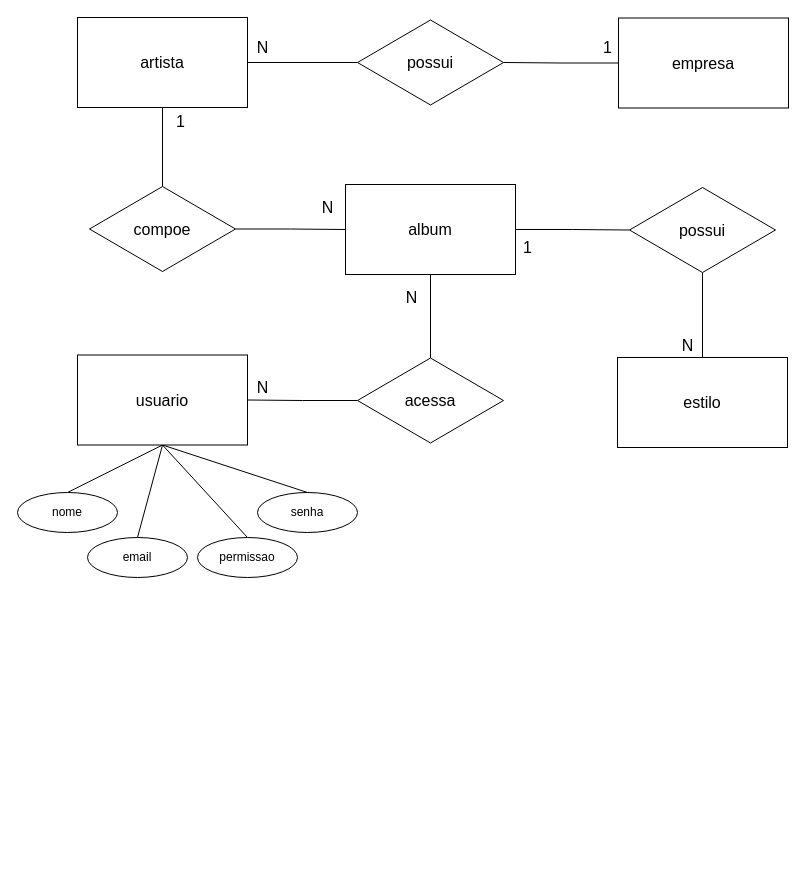
This is page "conceitual" (1 of 2) of exercicios/1.4/exercicio-optus.drawio from Lucas-Araujo15/senai_sprint1_bd, a draw.io file, before an edit. Source tidied: cells renumbered, new cells numbered last; positions are measured from the earlier drawing's top-left corner, leaving out a move shared by most shapes. Both pictures are drawn from the tidied source at 100%, with x=0, y=0 at pixel (17, 17).
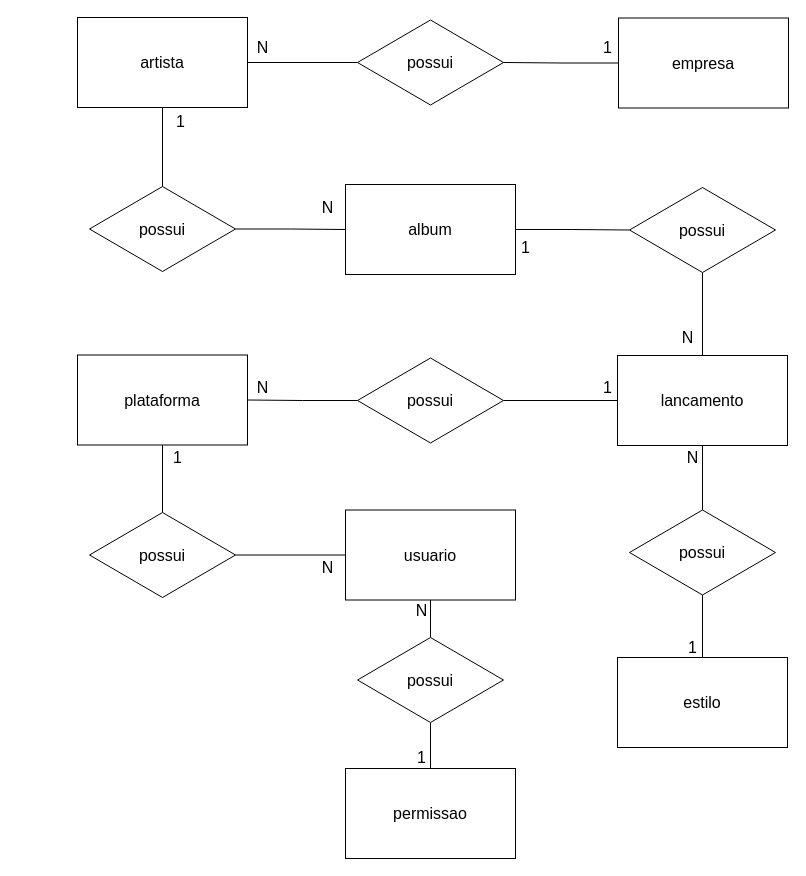
The same page after the edit.

Unchanged cells that the change refers to:
```xml
<mxCell id="12" value="&lt;font style=&quot;font-size: 16px&quot;&gt;album&lt;/font&gt;" style="rounded=0;whiteSpace=wrap;html=1;" parent="1" vertex="1">
  <mxGeometry x="328" y="167" width="170" height="90" as="geometry" />
</mxCell>
```

The edit, as a diff of the source:
```diff
@@
-    <mxCell id="9" value="&lt;font style=&quot;font-size: 16px&quot;&gt;compoe&lt;/font&gt;" style="shape=rhombus;perimeter=rhombusPerimeter;whiteSpace=wrap;html=1;align=center;" parent="1" vertex="1">
+    <mxCell id="9" value="&lt;font style=&quot;font-size: 16px&quot;&gt;possui&lt;/font&gt;" style="shape=rhombus;perimeter=rhombusPerimeter;whiteSpace=wrap;html=1;align=center;" parent="1" vertex="1">
       <mxGeometry x="72" y="169" width="146" height="85" as="geometry" />
     </mxCell>
@@
-    <mxCell id="11" style="edgeStyle=orthogonalEdgeStyle;rounded=0;jettySize=auto;html=1;exitX=0.5;exitY=1;exitDx=0;exitDy=0;entryX=0.5;entryY=0;entryDx=0;entryDy=0;endArrow=none;endFill=0;" parent="1" edge="1" source="12" target="17">
-      <mxGeometry relative="1" as="geometry" />
-    </mxCell>
@@
+    <mxCell id="36" style="edgeStyle=orthogonalEdgeStyle;rounded=0;jettySize=auto;html=1;exitX=0.5;exitY=1;exitDx=0;exitDy=0;entryX=0.5;entryY=0;entryDx=0;entryDy=0;endArrow=none;endFill=0;" parent="1" edge="1" source="15" target="49">
+      <mxGeometry relative="1" as="geometry" />
+    </mxCell>
-    <mxCell id="15" value="&lt;font style=&quot;font-size: 16px&quot;&gt;estilo&lt;/font&gt;" style="rounded=0;whiteSpace=wrap;html=1;" parent="1" vertex="1">
-      <mxGeometry x="600" y="340" width="170" height="90" as="geometry" />
+    <mxCell id="15" value="&lt;font style=&quot;font-size: 16px&quot;&gt;lancamento&lt;/font&gt;" style="rounded=0;whiteSpace=wrap;html=1;" parent="1" vertex="1">
+      <mxGeometry x="600" y="338" width="170" height="90" as="geometry" />
     </mxCell>
@@
+    <mxCell id="37" style="edgeStyle=orthogonalEdgeStyle;rounded=0;jettySize=auto;html=1;exitX=1;exitY=0.5;exitDx=0;exitDy=0;entryX=0;entryY=0.5;entryDx=0;entryDy=0;endArrow=none;endFill=0;" parent="1" edge="1" source="17" target="15">
+      <mxGeometry relative="1" as="geometry" />
+    </mxCell>
-    <mxCell id="17" value="&lt;font style=&quot;font-size: 16px&quot;&gt;acessa&lt;/font&gt;" style="shape=rhombus;perimeter=rhombusPerimeter;whiteSpace=wrap;html=1;align=center;" parent="1" vertex="1">
+    <mxCell id="17" value="&lt;font style=&quot;font-size: 16px&quot;&gt;possui&lt;/font&gt;" style="shape=rhombus;perimeter=rhombusPerimeter;whiteSpace=wrap;html=1;align=center;" parent="1" vertex="1">
       <mxGeometry x="340" y="340.5" width="146" height="85" as="geometry" />
     </mxCell>
-    <mxCell id="18" style="edgeStyle=none;rounded=0;jettySize=auto;html=1;exitX=0.5;exitY=1;exitDx=0;exitDy=0;entryX=0.5;entryY=0;entryDx=0;entryDy=0;endArrow=none;endFill=0;" parent="1" edge="1" source="21" target="25">
-      <mxGeometry relative="1" as="geometry" />
-    </mxCell>
-    <mxCell id="19" style="edgeStyle=none;rounded=0;jettySize=auto;html=1;exitX=0.5;exitY=1;exitDx=0;exitDy=0;entryX=0.5;entryY=0;entryDx=0;entryDy=0;endArrow=none;endFill=0;" parent="1" edge="1" source="21" target="22">
-      <mxGeometry relative="1" as="geometry" />
-    </mxCell>
-    <mxCell id="20" style="edgeStyle=none;rounded=0;jettySize=auto;html=1;exitX=0.5;exitY=1;exitDx=0;exitDy=0;entryX=0.5;entryY=0;entryDx=0;entryDy=0;endArrow=none;endFill=0;" parent="1" edge="1" source="21" target="26">
-      <mxGeometry relative="1" as="geometry" />
-    </mxCell>
+    <mxCell id="38" style="edgeStyle=orthogonalEdgeStyle;rounded=0;jettySize=auto;html=1;entryX=0.5;entryY=0;entryDx=0;entryDy=0;endArrow=none;endFill=0;" parent="1" edge="1" source="21" target="40">
+      <mxGeometry relative="1" as="geometry" />
+    </mxCell>
-    <mxCell id="21" value="&lt;font style=&quot;font-size: 16px&quot;&gt;usuario&lt;/font&gt;" style="rounded=0;whiteSpace=wrap;html=1;" parent="1" vertex="1">
+    <mxCell id="21" value="&lt;font style=&quot;font-size: 16px&quot;&gt;plataforma&lt;/font&gt;" style="rounded=0;whiteSpace=wrap;html=1;" parent="1" vertex="1">
       <mxGeometry x="60" y="337.5" width="170" height="90" as="geometry" />
     </mxCell>
-    <mxCell id="22" value="senha" style="ellipse;whiteSpace=wrap;html=1;align=center;strokeWidth=1;" parent="1" vertex="1">
-      <mxGeometry x="240" y="475" width="100" height="40" as="geometry" />
-    </mxCell>
-    <mxCell id="23" style="edgeStyle=none;rounded=0;jettySize=auto;html=1;exitX=0.5;exitY=0;exitDx=0;exitDy=0;entryX=0.5;entryY=1;entryDx=0;entryDy=0;endArrow=none;endFill=0;" parent="1" edge="1" source="24" target="21">
-      <mxGeometry relative="1" as="geometry" />
-    </mxCell>
-    <mxCell id="24" value="permissao" style="ellipse;whiteSpace=wrap;html=1;align=center;strokeWidth=1;" parent="1" vertex="1">
-      <mxGeometry x="180" y="520" width="100" height="40" as="geometry" />
-    </mxCell>
-    <mxCell id="25" value="email" style="ellipse;whiteSpace=wrap;html=1;align=center;strokeWidth=1;" parent="1" vertex="1">
-      <mxGeometry x="70" y="520" width="100" height="40" as="geometry" />
-    </mxCell>
-    <mxCell id="26" value="nome" style="ellipse;whiteSpace=wrap;html=1;align=center;strokeWidth=1;" parent="1" vertex="1">
-      <mxGeometry y="475" width="100" height="40" as="geometry" />
-    </mxCell>
-    <mxCell id="27" style="edgeStyle=none;rounded=0;orthogonalLoop=1;jettySize=auto;html=1;exitX=1;exitY=1;exitDx=0;exitDy=0;endArrow=none;endFill=0;" parent="1" edge="1" source="24" target="24">
-      <mxGeometry relative="1" as="geometry" />
-    </mxCell>
     <mxCell id="28" value="&lt;font style=&quot;font-size: 16px&quot;&gt;1&lt;/font&gt;" style="text;html=1;align=center;verticalAlign=middle;strokeColor=none;" parent="1" vertex="1">
-      <mxGeometry x="500" y="220" width="20" height="20" as="geometry" />
+      <mxGeometry x="498" y="220" width="20" height="20" as="geometry" />
     </mxCell>
-    <mxCell id="29" value="&lt;font style=&quot;font-size: 16px&quot;&gt;N&lt;/font&gt;" style="text;html=1;align=center;verticalAlign=middle;strokeColor=none;" parent="1" vertex="1">
-      <mxGeometry x="655" y="317.5" width="30" height="20" as="geometry" />
-    </mxCell>
@@
-    <mxCell id="32" value="&lt;font style=&quot;font-size: 16px&quot;&gt;N&lt;/font&gt;" style="text;html=1;align=center;verticalAlign=middle;strokeColor=none;" parent="1" vertex="1">
-      <mxGeometry x="379" y="270" width="30" height="20" as="geometry" />
-    </mxCell>
@@
+    <mxCell id="39" style="edgeStyle=orthogonalEdgeStyle;rounded=0;jettySize=auto;html=1;exitX=1;exitY=0.5;exitDx=0;exitDy=0;endArrow=none;endFill=0;entryX=0;entryY=0.5;entryDx=0;entryDy=0;" parent="1" edge="1" source="40" target="42">
+      <mxGeometry relative="1" as="geometry" />
+    </mxCell>
+    <mxCell id="40" value="&lt;font style=&quot;font-size: 16px&quot;&gt;possui&lt;/font&gt;" style="shape=rhombus;perimeter=rhombusPerimeter;whiteSpace=wrap;html=1;align=center;" parent="1" vertex="1">
+      <mxGeometry x="72" y="495" width="146" height="85" as="geometry" />
+    </mxCell>
+    <mxCell id="41" style="edgeStyle=orthogonalEdgeStyle;rounded=0;jettySize=auto;html=1;exitX=0.5;exitY=1;exitDx=0;exitDy=0;entryX=0.5;entryY=0;entryDx=0;entryDy=0;endArrow=none;endFill=0;" parent="1" edge="1" source="42" target="44">
+      <mxGeometry relative="1" as="geometry" />
+    </mxCell>
+    <mxCell id="42" value="&lt;font style=&quot;font-size: 16px&quot;&gt;usuario&lt;/font&gt;" style="rounded=0;whiteSpace=wrap;html=1;" parent="1" vertex="1">
+      <mxGeometry x="328" y="492.5" width="170" height="90" as="geometry" />
+    </mxCell>
+    <mxCell id="43" style="edgeStyle=orthogonalEdgeStyle;rounded=0;jettySize=auto;html=1;exitX=0.5;exitY=1;exitDx=0;exitDy=0;entryX=0.5;entryY=0;entryDx=0;entryDy=0;endArrow=none;endFill=0;" parent="1" edge="1" source="44" target="24">
+      <mxGeometry relative="1" as="geometry" />
+    </mxCell>
+    <mxCell id="44" value="&lt;font style=&quot;font-size: 16px&quot;&gt;possui&lt;/font&gt;" style="shape=rhombus;perimeter=rhombusPerimeter;whiteSpace=wrap;html=1;align=center;" parent="1" vertex="1">
+      <mxGeometry x="340" y="620" width="146" height="85" as="geometry" />
+    </mxCell>
+    <mxCell id="24" value="&lt;font style=&quot;font-size: 16px&quot;&gt;permissao&lt;/font&gt;" style="rounded=0;whiteSpace=wrap;html=1;" parent="1" vertex="1">
+      <mxGeometry x="328" y="751" width="170" height="90" as="geometry" />
+    </mxCell>
+    <mxCell id="45" value="&lt;font style=&quot;font-size: 16px&quot;&gt;1&lt;/font&gt;" style="text;html=1;align=center;verticalAlign=middle;strokeColor=none;" parent="1" vertex="1">
+      <mxGeometry x="580" y="360" width="20" height="20" as="geometry" />
+    </mxCell>
+    <mxCell id="46" value="&lt;font style=&quot;font-size: 16px&quot;&gt;1&lt;/font&gt;" style="text;html=1;align=center;verticalAlign=middle;strokeColor=none;" parent="1" vertex="1">
+      <mxGeometry x="150" y="430" width="20" height="20" as="geometry" />
+    </mxCell>
+    <mxCell id="47" value="&lt;font style=&quot;font-size: 16px&quot;&gt;estilo&lt;/font&gt;" style="rounded=0;whiteSpace=wrap;html=1;" parent="1" vertex="1">
+      <mxGeometry x="600" y="640" width="170" height="90" as="geometry" />
+    </mxCell>
+    <mxCell id="48" style="edgeStyle=orthogonalEdgeStyle;rounded=0;jettySize=auto;html=1;exitX=0.5;exitY=1;exitDx=0;exitDy=0;entryX=0.5;entryY=0;entryDx=0;entryDy=0;endArrow=none;endFill=0;" parent="1" edge="1" source="49" target="47">
+      <mxGeometry relative="1" as="geometry" />
+    </mxCell>
+    <mxCell id="49" value="&lt;font style=&quot;font-size: 16px&quot;&gt;possui&lt;/font&gt;" style="shape=rhombus;perimeter=rhombusPerimeter;whiteSpace=wrap;html=1;align=center;" parent="1" vertex="1">
+      <mxGeometry x="612" y="492.5" width="146" height="85" as="geometry" />
+    </mxCell>
+    <mxCell id="50" value="&lt;font style=&quot;font-size: 16px&quot;&gt;N&lt;/font&gt;" style="text;html=1;align=center;verticalAlign=middle;strokeColor=none;" parent="1" vertex="1">
+      <mxGeometry x="655" y="310" width="30" height="20" as="geometry" />
+    </mxCell>
+    <mxCell id="51" value="&lt;font style=&quot;font-size: 16px&quot;&gt;1&lt;/font&gt;" style="text;html=1;align=center;verticalAlign=middle;strokeColor=none;" parent="1" vertex="1">
+      <mxGeometry x="665" y="620" width="20" height="20" as="geometry" />
+    </mxCell>
+    <mxCell id="52" value="&lt;font style=&quot;font-size: 16px&quot;&gt;N&lt;/font&gt;" style="text;html=1;align=center;verticalAlign=middle;strokeColor=none;" parent="1" vertex="1">
+      <mxGeometry x="660" y="430" width="30" height="20" as="geometry" />
+    </mxCell>
+    <mxCell id="53" value="&lt;font style=&quot;font-size: 16px&quot;&gt;1&lt;/font&gt;" style="text;html=1;align=center;verticalAlign=middle;strokeColor=none;" parent="1" vertex="1">
+      <mxGeometry x="394" y="730" width="20" height="20" as="geometry" />
+    </mxCell>
+    <mxCell id="54" value="&lt;font style=&quot;font-size: 16px&quot;&gt;N&lt;/font&gt;" style="text;html=1;align=center;verticalAlign=middle;strokeColor=none;" parent="1" vertex="1">
+      <mxGeometry x="389" y="582.5" width="30" height="20" as="geometry" />
+    </mxCell>
+    <mxCell id="55" value="&lt;font style=&quot;font-size: 16px&quot;&gt;N&lt;/font&gt;" style="text;html=1;align=center;verticalAlign=middle;strokeColor=none;" parent="1" vertex="1">
+      <mxGeometry x="295" y="540" width="30" height="20" as="geometry" />
+    </mxCell>
```
